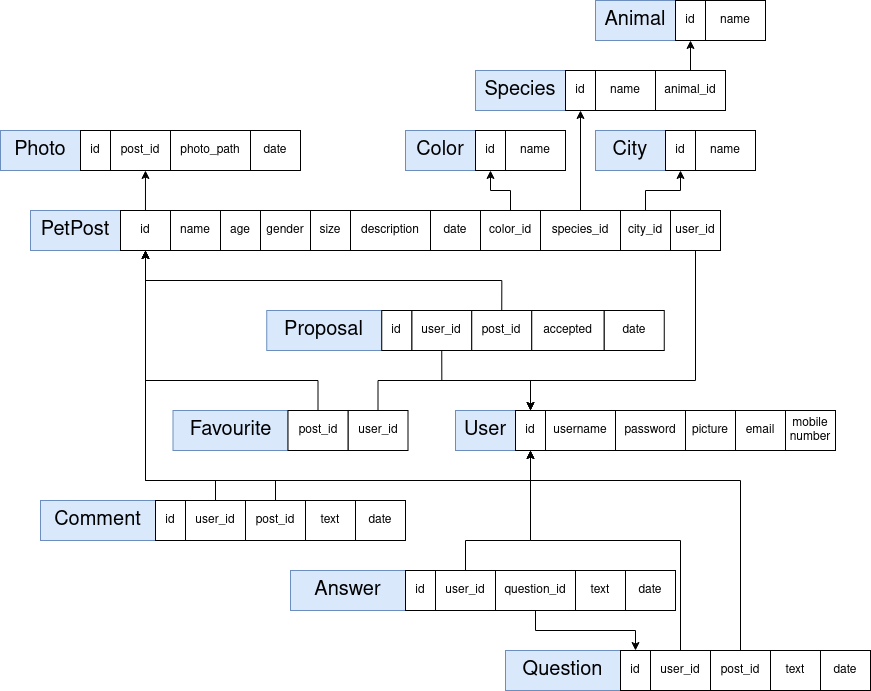
Earlier version of the draw.io export documentation/mockups/database_mockup.png (JoaoCostaIFG/LTW). Source tidied: cells renumbered, new cells last; positions are measured from the earlier drawing's top-left corner, leaving out a move shared by most shapes.
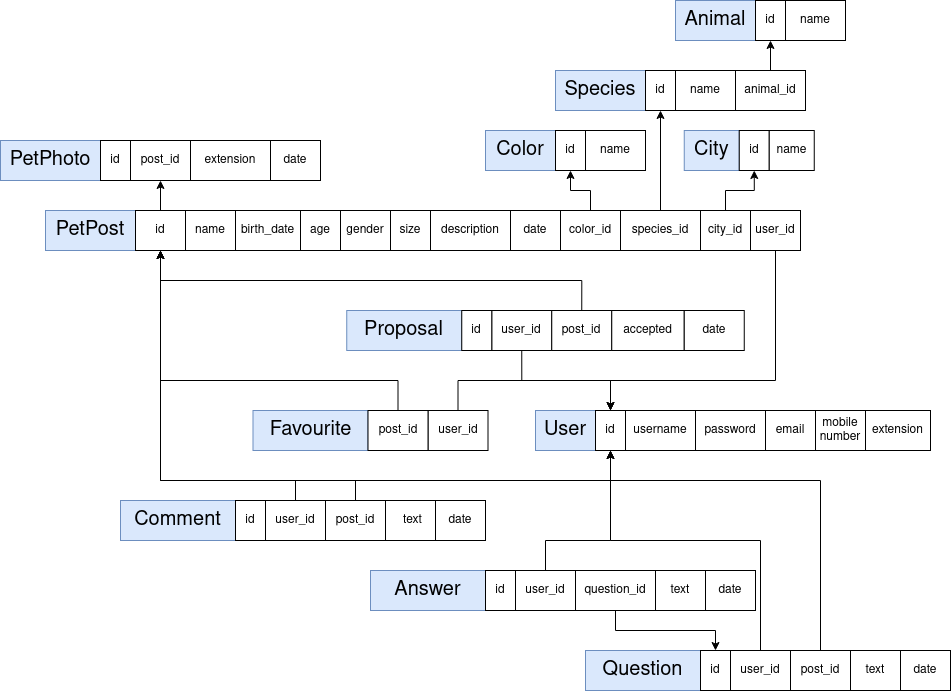
After the commit.

Commit message:
Updated database mockup

Change to the diagram source:
```diff
@@ -14,14 +14,14 @@
     <mxCell id="5" value="id" style="rounded=0;whiteSpace=wrap;html=1;" parent="1" vertex="1">
       <mxGeometry x="515" y="410" width="30" height="40" as="geometry" />
     </mxCell>
-    <mxCell id="6" value="picture" style="rounded=0;whiteSpace=wrap;html=1;" parent="1" vertex="1">
-      <mxGeometry x="685" y="410" width="50" height="40" as="geometry" />
+    <mxCell id="6" value="extension" style="rounded=0;whiteSpace=wrap;html=1;" parent="1" vertex="1">
+      <mxGeometry x="785" y="410" width="65" height="40" as="geometry" />
     </mxCell>
     <mxCell id="7" value="email" style="rounded=0;whiteSpace=wrap;html=1;" parent="1" vertex="1">
-      <mxGeometry x="735" y="410" width="50" height="40" as="geometry" />
+      <mxGeometry x="685" y="410" width="50" height="40" as="geometry" />
     </mxCell>
     <mxCell id="8" value="mobile number" style="rounded=0;whiteSpace=wrap;html=1;" parent="1" vertex="1">
-      <mxGeometry x="785" y="410" width="50" height="40" as="geometry" />
+      <mxGeometry x="735" y="410" width="50" height="40" as="geometry" />
     </mxCell>
     <mxCell id="9" value="Color" style="rounded=0;whiteSpace=wrap;html=1;fillColor=#dae8fc;strokeColor=#6c8ebf;fontSize=20;" parent="1" vertex="1">
       <mxGeometry x="405" y="130" width="70" height="40" as="geometry" />
@@ -33,13 +33,13 @@
       <mxGeometry x="505" y="130" width="60" height="40" as="geometry" />
     </mxCell>
     <mxCell id="12" value="City" style="rounded=0;whiteSpace=wrap;html=1;fillColor=#dae8fc;strokeColor=#6c8ebf;fontSize=20;" parent="1" vertex="1">
-      <mxGeometry x="595" y="130" width="70" height="40" as="geometry" />
+      <mxGeometry x="603.8" y="130" width="55" height="40" as="geometry" />
     </mxCell>
     <mxCell id="13" value="id" style="rounded=0;whiteSpace=wrap;html=1;" parent="1" vertex="1">
-      <mxGeometry x="665" y="130" width="30" height="40" as="geometry" />
+      <mxGeometry x="658.8" y="130" width="30" height="40" as="geometry" />
     </mxCell>
     <mxCell id="14" value="name" style="rounded=0;whiteSpace=wrap;html=1;" parent="1" vertex="1">
-      <mxGeometry x="695" y="130" width="60" height="40" as="geometry" />
+      <mxGeometry x="688.8" y="130" width="45" height="40" as="geometry" />
     </mxCell>
     <mxCell id="15" value="Animal" style="rounded=0;whiteSpace=wrap;html=1;fillColor=#dae8fc;strokeColor=#6c8ebf;fontSize=20;" parent="1" vertex="1">
       <mxGeometry x="595" width="80" height="40" as="geometry" />
@@ -66,16 +66,16 @@
       <mxGeometry x="655" y="70" width="70" height="40" as="geometry" />
     </mxCell>
     <mxCell id="23" value="PetPost" style="rounded=0;whiteSpace=wrap;html=1;fillColor=#dae8fc;strokeColor=#6c8ebf;fontSize=20;" parent="1" vertex="1">
-      <mxGeometry x="30" y="210" width="90" height="40" as="geometry" />
+      <mxGeometry x="-35" y="210" width="90" height="40" as="geometry" />
     </mxCell>
-    <mxCell id="24" style="edgeStyle=orthogonalEdgeStyle;rounded=0;jettySize=auto;html=1;entryX=0.583;entryY=1;entryDx=0;entryDy=0;entryPerimeter=0;" parent="1" edge="1" source="25" target="42">
+    <mxCell id="24" style="edgeStyle=orthogonalEdgeStyle;rounded=0;jettySize=auto;html=1;entryX=0.5;entryY=1;entryDx=0;entryDy=0;" parent="1" edge="1" source="25" target="42">
       <mxGeometry relative="1" as="geometry" />
     </mxCell>
     <mxCell id="25" value="id" style="rounded=0;whiteSpace=wrap;html=1;" parent="1" vertex="1">
-      <mxGeometry x="120" y="210" width="50" height="40" as="geometry" />
+      <mxGeometry x="55" y="210" width="50" height="40" as="geometry" />
     </mxCell>
     <mxCell id="26" value="name" style="rounded=0;whiteSpace=wrap;html=1;" parent="1" vertex="1">
-      <mxGeometry x="170" y="210" width="50" height="40" as="geometry" />
+      <mxGeometry x="105" y="210" width="50" height="40" as="geometry" />
     </mxCell>
     <mxCell id="27" value="age" style="rounded=0;whiteSpace=wrap;html=1;" parent="1" vertex="1">
       <mxGeometry x="220" y="210" width="40" height="40" as="geometry" />
@@ -121,20 +121,20 @@
     <mxCell id="39" value="user_id" style="rounded=0;whiteSpace=wrap;html=1;" parent="1" vertex="1">
       <mxGeometry x="670" y="210" width="50" height="40" as="geometry" />
     </mxCell>
-    <mxCell id="40" value="Photo" style="rounded=0;whiteSpace=wrap;html=1;fillColor=#dae8fc;strokeColor=#6c8ebf;fontSize=20;" parent="1" vertex="1">
-      <mxGeometry y="130" width="80" height="40" as="geometry" />
+    <mxCell id="40" value="PetPhoto" style="rounded=0;whiteSpace=wrap;html=1;fillColor=#dae8fc;strokeColor=#6c8ebf;fontSize=20;" parent="1" vertex="1">
+      <mxGeometry x="-80" y="140" width="100" height="40" as="geometry" />
     </mxCell>
     <mxCell id="41" value="id" style="rounded=0;whiteSpace=wrap;html=1;" parent="1" vertex="1">
-      <mxGeometry x="80" y="130" width="30" height="40" as="geometry" />
+      <mxGeometry x="20" y="140" width="30" height="40" as="geometry" />
     </mxCell>
     <mxCell id="42" value="post_id" style="rounded=0;whiteSpace=wrap;html=1;" parent="1" vertex="1">
-      <mxGeometry x="110" y="130" width="60" height="40" as="geometry" />
+      <mxGeometry x="50" y="140" width="60" height="40" as="geometry" />
     </mxCell>
-    <mxCell id="43" value="photo_path" style="rounded=0;whiteSpace=wrap;html=1;" parent="1" vertex="1">
-      <mxGeometry x="170" y="130" width="80" height="40" as="geometry" />
+    <mxCell id="43" value="extension" style="rounded=0;whiteSpace=wrap;html=1;" parent="1" vertex="1">
+      <mxGeometry x="110" y="140" width="80" height="40" as="geometry" />
     </mxCell>
     <mxCell id="44" value="date" style="rounded=0;whiteSpace=wrap;html=1;" parent="1" vertex="1">
-      <mxGeometry x="250" y="130" width="50" height="40" as="geometry" />
+      <mxGeometry x="190" y="140" width="50" height="40" as="geometry" />
     </mxCell>
     <mxCell id="45" value="Comment" style="rounded=0;whiteSpace=wrap;html=1;fillColor=#dae8fc;strokeColor=#6c8ebf;fontSize=20;" parent="1" vertex="1">
       <mxGeometry x="40" y="500" width="115" height="40" as="geometry" />
@@ -153,11 +153,12 @@
     <mxCell id="48" value="user_id" style="rounded=0;whiteSpace=wrap;html=1;" parent="1" vertex="1">
       <mxGeometry x="185" y="500" width="60" height="40" as="geometry" />
     </mxCell>
-    <mxCell id="49" style="edgeStyle=orthogonalEdgeStyle;rounded=0;jettySize=auto;html=1;exitX=0.5;exitY=0;exitDx=0;exitDy=0;" parent="1" edge="1" source="50" target="25">
+    <mxCell id="49" style="edgeStyle=orthogonalEdgeStyle;rounded=0;jettySize=auto;html=1;exitX=0.5;exitY=0;exitDx=0;exitDy=0;" parent="1" edge="1" source="50">
       <mxGeometry relative="1" as="geometry">
+        <mxPoint x="80" y="250" as="targetPoint" />
         <Array as="points">
           <mxPoint x="275" y="480" />
-          <mxPoint x="145" y="480" />
+          <mxPoint x="80" y="480" />
         </Array>
       </mxGeometry>
     </mxCell>
@@ -165,7 +166,7 @@
       <mxGeometry x="245" y="500" width="60" height="40" as="geometry" />
     </mxCell>
     <mxCell id="51" value="text" style="rounded=0;whiteSpace=wrap;html=1;" parent="1" vertex="1">
-      <mxGeometry x="305" y="500" width="50" height="40" as="geometry" />
+      <mxGeometry x="305" y="500" width="55" height="40" as="geometry" />
     </mxCell>
     <mxCell id="52" value="date" style="rounded=0;whiteSpace=wrap;html=1;" parent="1" vertex="1">
       <mxGeometry x="355" y="500" width="50" height="40" as="geometry" />
@@ -192,7 +193,7 @@
       <mxGeometry relative="1" as="geometry">
         <Array as="points">
           <mxPoint x="740" y="480" />
-          <mxPoint x="145" y="480" />
+          <mxPoint x="80" y="480" />
         </Array>
       </mxGeometry>
     </mxCell>
@@ -254,7 +255,7 @@
       <mxGeometry relative="1" as="geometry">
         <Array as="points">
           <mxPoint x="318" y="380" />
-          <mxPoint x="145" y="380" />
+          <mxPoint x="80" y="380" />
         </Array>
       </mxGeometry>
     </mxCell>
@@ -276,7 +277,12 @@
       <mxGeometry x="411.2" y="310" width="60" height="40" as="geometry" />
     </mxCell>
     <mxCell id="77" style="edgeStyle=orthogonalEdgeStyle;rounded=0;jettySize=auto;html=1;entryX=0.5;entryY=1;entryDx=0;entryDy=0;exitX=0.5;exitY=0;exitDx=0;exitDy=0;" parent="1" edge="1" source="78" target="25">
-      <mxGeometry relative="1" as="geometry" />
+      <mxGeometry relative="1" as="geometry">
+        <Array as="points">
+          <mxPoint x="501" y="280" />
+          <mxPoint x="80" y="280" />
+        </Array>
+      </mxGeometry>
     </mxCell>
     <mxCell id="78" value="post_id" style="rounded=0;whiteSpace=wrap;html=1;" parent="1" vertex="1">
       <mxGeometry x="471.2" y="310" width="60" height="40" as="geometry" />
@@ -290,5 +296,8 @@
     <mxCell id="81" value="date" style="rounded=0;whiteSpace=wrap;html=1;" parent="1" vertex="1">
       <mxGeometry x="603.8" y="310" width="60" height="40" as="geometry" />
     </mxCell>
+    <mxCell id="82" value="birth_date" style="rounded=0;whiteSpace=wrap;html=1;" parent="1" vertex="1">
+      <mxGeometry x="155" y="210" width="65" height="40" as="geometry" />
+    </mxCell>
   </root>
 </mxGraphModel>
```
